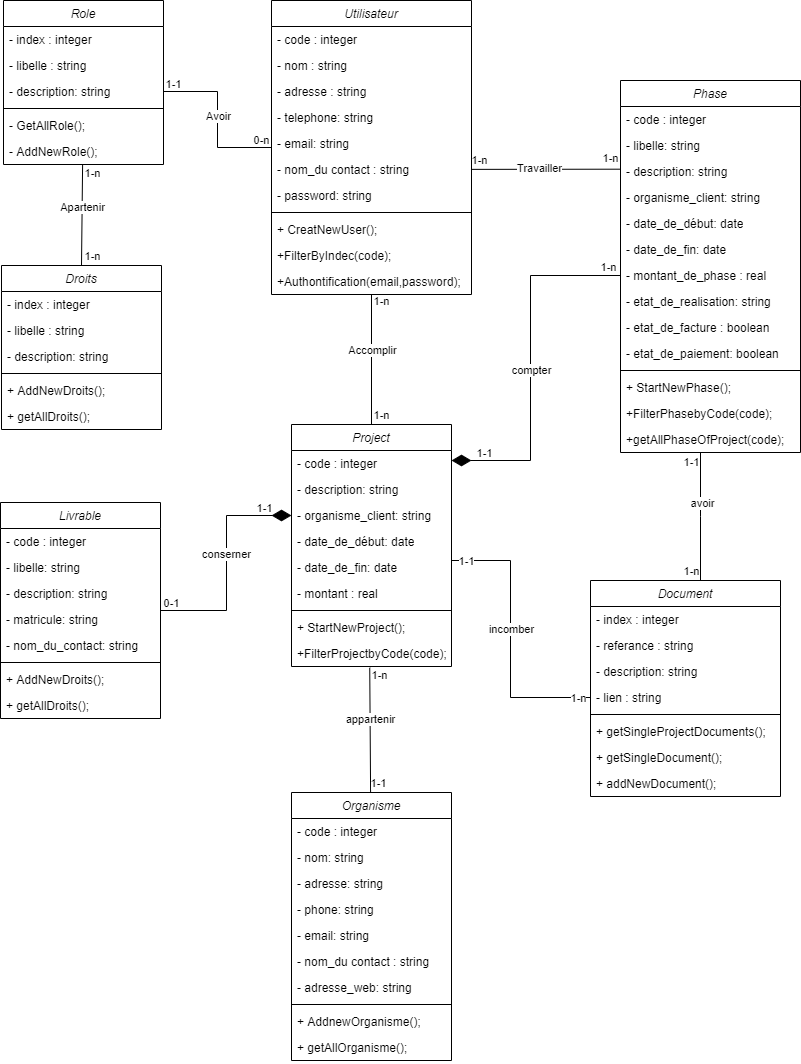
Before: conseption/classe Diagram.png, a diagram exported from draw.io (ismailmnifl/SYST-ME-DE-SUIVI-DE-PROJETS). Source tidied: cells renumbered, new cells last; positions are measured from the earlier drawing's top-left corner, leaving out a move shared by most shapes.
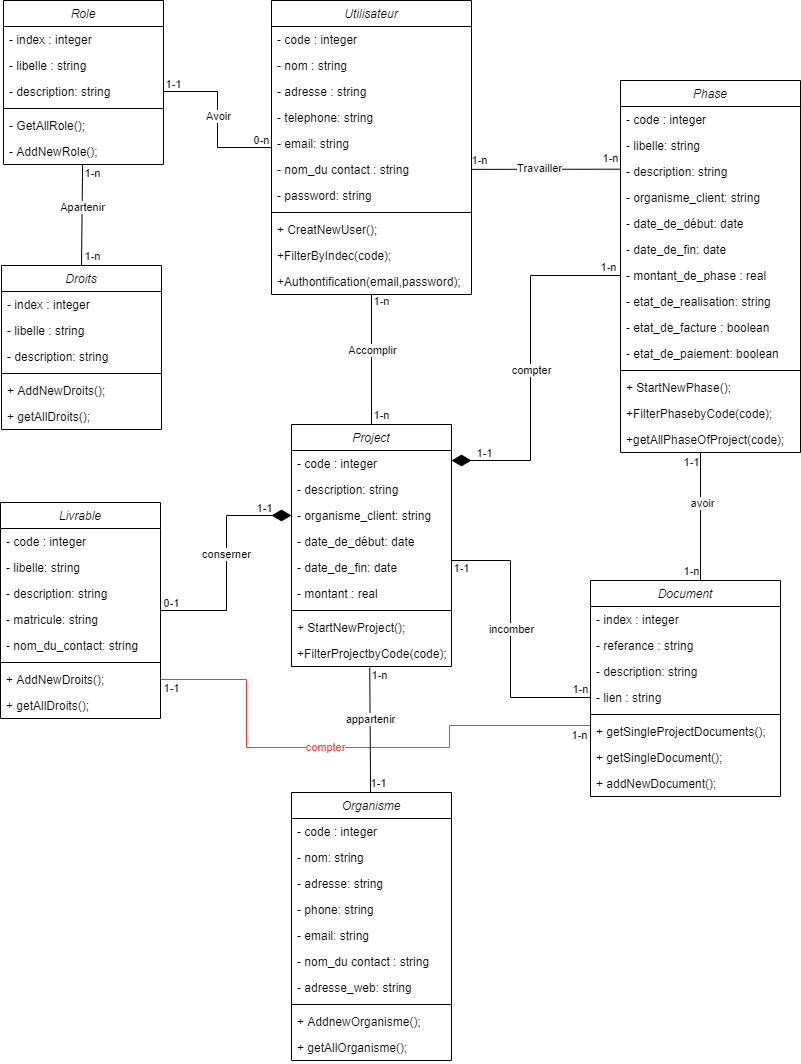
The same diagram one commit later.

Commit message:
added the document and the livrable relationchip

Diff of the diagram source:
```diff
@@ -159,10 +159,14 @@
       <mxGeometry x="-0.08" relative="1" as="geometry" />
     </mxCell>
     <mxCell id="45" value="1-1" style="edgeLabel;html=1;align=center;verticalAlign=middle;fontColor=none;" parent="43" vertex="1">
-      <mxGeometry x="-0.9" relative="1" as="geometry" />
+      <mxGeometry x="-0.9" relative="1" as="geometry">
+        <mxPoint x="-5" y="7" as="offset" />
+      </mxGeometry>
     </mxCell>
     <mxCell id="46" value="1-n" style="edgeLabel;html=1;align=center;verticalAlign=middle;fontColor=none;" parent="43" vertex="1">
-      <mxGeometry x="0.91" relative="1" as="geometry" />
+      <mxGeometry x="0.91" relative="1" as="geometry">
+        <mxPoint x="2" y="-9" as="offset" />
+      </mxGeometry>
     </mxCell>
     <mxCell id="47" value="Project" style="swimlane;fontStyle=2;align=center;verticalAlign=top;horizontal=1;startSize=26;rounded=0;shadow=0;strokeWidth=1;" parent="1" vertex="1">
       <mxGeometry x="291" y="424" width="160" height="242" as="geometry" />
@@ -194,6 +198,31 @@
     <mxCell id="56" value="+FilterProjectbyCode(code);" style="text;align=left;verticalAlign=top;spacingLeft=4;spacingRight=4;overflow=hidden;points=[[0,0.5],[1,0.5]];portConstraint=eastwest;rounded=0;shadow=0;html=0;" parent="47" vertex="1">
       <mxGeometry y="216" width="160" height="26" as="geometry" />
     </mxCell>
+    <mxCell id="118" style="edgeStyle=orthogonalEdgeStyle;rounded=0;jettySize=auto;html=1;endArrow=none;endFill=0;entryX=1;entryY=0.5;entryDx=0;entryDy=0;strokeColor=#FF3333;" parent="1" edge="1" source="57" target="96">
+      <mxGeometry relative="1" as="geometry">
+        <Array as="points">
+          <mxPoint x="449" y="725" />
+          <mxPoint x="449" y="747" />
+          <mxPoint x="246" y="747" />
+          <mxPoint x="246" y="679" />
+        </Array>
+      </mxGeometry>
+    </mxCell>
+    <mxCell id="119" value="1-n" style="edgeLabel;html=1;align=center;verticalAlign=middle;" parent="118" vertex="1">
+      <mxGeometry x="-0.93" relative="1" as="geometry">
+        <mxPoint x="7" y="9" as="offset" />
+      </mxGeometry>
+    </mxCell>
+    <mxCell id="120" value="1-1" style="edgeLabel;html=1;align=center;verticalAlign=middle;" parent="118" vertex="1">
+      <mxGeometry x="0.95" relative="1" as="geometry">
+        <mxPoint x="-3" y="8" as="offset" />
+      </mxGeometry>
+    </mxCell>
+    <mxCell id="121" value="compter" style="edgeLabel;html=1;align=center;verticalAlign=middle;fontColor=#FF3333;" parent="118" vertex="1">
+      <mxGeometry x="0.22" y="-1" relative="1" as="geometry">
+        <mxPoint x="30" as="offset" />
+      </mxGeometry>
+    </mxCell>
     <mxCell id="57" value="Document" style="swimlane;fontStyle=2;align=center;verticalAlign=top;horizontal=1;startSize=26;rounded=0;shadow=0;strokeWidth=1;" parent="1" vertex="1">
       <mxGeometry x="590" y="580" width="190" height="216" as="geometry" />
     </mxCell>
```
